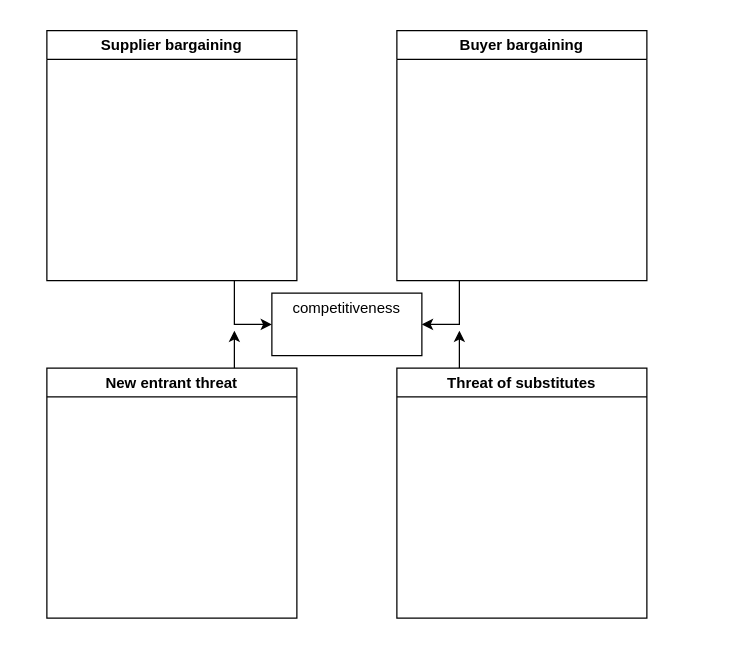
Earlier version of the draw.io diagram Untitled Diagram.drawio (akhialomgir/drawio). Source tidied: cells renumbered, new cells numbered last; positions are measured from the earlier drawing's top-left corner, leaving out a move shared by most shapes. Both pictures are drawn from the tidied source at 125%, with x=0, y=0 at pixel (46, 30).
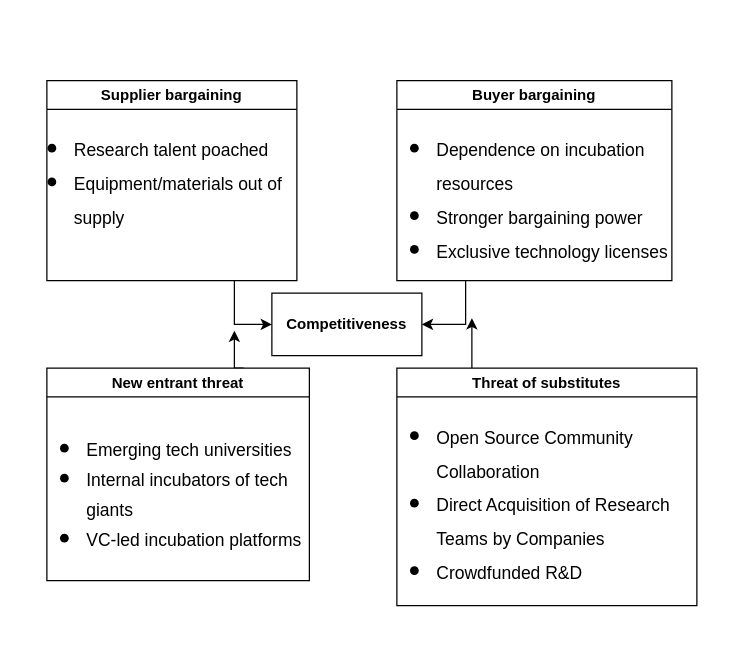
The same diagram, later.

The edit, as a diff of the source:
```diff
@@
 <mxGraphModel>
   <root>
     <mxCell id="0" />
     <mxCell id="1" parent="0" />
-    <mxCell id="2" value="&lt;p&gt;competitiveness&lt;/p&gt;&lt;p&gt;&lt;br&gt;&lt;/p&gt;" style="rounded=0;whiteSpace=wrap;html=1;" parent="1" vertex="1">
+    <mxCell id="2" value="&lt;p&gt;&lt;b&gt;Competitiveness&lt;/b&gt;&lt;/p&gt;" style="rounded=0;whiteSpace=wrap;html=1;" parent="1" vertex="1">
       <mxGeometry x="180" y="210" width="120" height="50" as="geometry" />
     </mxCell>
     <mxCell id="3" style="edgeStyle=orthogonalEdgeStyle;rounded=0;jettySize=auto;html=1;exitX=0.75;exitY=1;exitDx=0;exitDy=0;entryX=0;entryY=0.5;entryDx=0;entryDy=0;" parent="1" edge="1" source="4" target="2">
       <mxGeometry relative="1" as="geometry" />
     </mxCell>
     <mxCell id="4" value="&lt;p&gt;Supplier bargaining&lt;/p&gt;" style="swimlane;whiteSpace=wrap;html=1;" parent="1" vertex="1">
-      <mxGeometry width="200" height="200" as="geometry" />
+      <mxGeometry y="40" width="200" height="160" as="geometry" />
     </mxCell>
+    <mxCell id="11" value="&lt;div style=&quot;line-height: 60%;&quot;&gt;&lt;h1 style=&quot;margin-top: 0px; line-height: 60%;&quot;&gt;&lt;ul style=&quot;line-height: 100%;&quot;&gt;&lt;li&gt;&lt;span style=&quot;font-size: 14px; font-weight: 400;&quot;&gt;Research talent poached&amp;nbsp;&lt;/span&gt;&lt;/li&gt;&lt;li&gt;&lt;span style=&quot;font-size: 14px; font-weight: 400;&quot;&gt;Equipment/materials out of supply&lt;/span&gt;&lt;/li&gt;&lt;/ul&gt;&lt;/h1&gt;&lt;/div&gt;" style="text;html=1;whiteSpace=wrap;overflow=hidden;rounded=0;align=left;" parent="4" vertex="1">
+      <mxGeometry x="-20" y="10" width="220" height="180" as="geometry" />
+    </mxCell>
     <mxCell id="5" style="edgeStyle=orthogonalEdgeStyle;rounded=0;jettySize=auto;html=1;exitX=0.75;exitY=0;exitDx=0;exitDy=0;" parent="1" edge="1" source="6">
       <mxGeometry relative="1" as="geometry">
         <mxPoint x="150" y="240" as="targetPoint" />
       </mxGeometry>
     </mxCell>
     <mxCell id="6" value="&lt;p&gt;New entrant threat&lt;/p&gt;" style="swimlane;whiteSpace=wrap;html=1;" parent="1" vertex="1">
-      <mxGeometry y="270" width="200" height="200" as="geometry" />
+      <mxGeometry y="270" width="210" height="170" as="geometry" />
     </mxCell>
-    <mxCell id="7" style="edgeStyle=orthogonalEdgeStyle;rounded=0;jettySize=auto;html=1;exitX=0.25;exitY=0;exitDx=0;exitDy=0;" parent="1" edge="1" source="8">
-      <mxGeometry relative="1" as="geometry">
-        <mxPoint x="330" y="240" as="targetPoint" />
-      </mxGeometry>
-    </mxCell>
+    <mxCell id="12" value="&lt;div style=&quot;line-height: 60%;&quot;&gt;&lt;h1 style=&quot;margin-top: 0px; line-height: 60%;&quot;&gt;&lt;ul style=&quot;line-height: 100%;&quot;&gt;&lt;li&gt;&lt;font style=&quot;font-weight: normal; font-size: 14px; line-height: 100%;&quot;&gt;Emerging tech universities&lt;/font&gt;&lt;/li&gt;&lt;li&gt;&lt;font style=&quot;font-weight: normal; font-size: 14px; line-height: 100%;&quot;&gt;Internal incubators of tech giants&lt;/font&gt;&lt;/li&gt;&lt;li&gt;&lt;font style=&quot;font-weight: normal; font-size: 14px; line-height: 100%;&quot;&gt;VC-led incubation platforms&amp;nbsp;&lt;/font&gt;&lt;/li&gt;&lt;/ul&gt;&lt;/h1&gt;&lt;/div&gt;" style="text;html=1;whiteSpace=wrap;overflow=hidden;rounded=0;align=left;" parent="6" vertex="1">
+      <mxGeometry x="-10" y="20" width="220" height="180" as="geometry" />
+    </mxCell>
+    <mxCell id="13" style="edgeStyle=orthogonalEdgeStyle;rounded=0;jettySize=auto;html=1;exitX=0.25;exitY=0;exitDx=0;exitDy=0;" parent="1" edge="1" source="8">
+      <mxGeometry relative="1" as="geometry">
+        <mxPoint x="340" y="230" as="targetPoint" />
+      </mxGeometry>
+    </mxCell>
     <mxCell id="8" value="&lt;p&gt;Threat of substitutes&lt;/p&gt;" style="swimlane;whiteSpace=wrap;html=1;" parent="1" vertex="1">
-      <mxGeometry x="280" y="270" width="200" height="200" as="geometry" />
+      <mxGeometry x="280" y="270" width="240" height="190" as="geometry" />
     </mxCell>
+    <mxCell id="14" value="&lt;div style=&quot;line-height: 60%;&quot;&gt;&lt;h1 style=&quot;margin-top: 0px; line-height: 60%;&quot;&gt;&lt;ul style=&quot;line-height: 100%;&quot;&gt;&lt;li&gt;&lt;span style=&quot;font-size: 14px; font-weight: 400;&quot;&gt;Open Source Community Collaboration&amp;nbsp;&lt;/span&gt;&lt;/li&gt;&lt;li&gt;&lt;span style=&quot;font-size: 14px; font-weight: 400;&quot;&gt;Direct Acquisition of Research Teams by Companies&amp;nbsp;&lt;/span&gt;&lt;/li&gt;&lt;li&gt;&lt;span style=&quot;font-size: 14px; font-weight: 400;&quot;&gt;Crowdfunded R&amp;amp;D&lt;/span&gt;&lt;/li&gt;&lt;/ul&gt;&lt;/h1&gt;&lt;/div&gt;" style="text;html=1;whiteSpace=wrap;overflow=hidden;rounded=0;align=left;" parent="8" vertex="1">
+      <mxGeometry x="-10" y="10" width="260" height="200" as="geometry" />
+    </mxCell>
     <mxCell id="9" style="edgeStyle=orthogonalEdgeStyle;rounded=0;jettySize=auto;html=1;exitX=0.25;exitY=1;exitDx=0;exitDy=0;entryX=1;entryY=0.5;entryDx=0;entryDy=0;" parent="1" edge="1" source="10" target="2">
       <mxGeometry relative="1" as="geometry" />
     </mxCell>
     <mxCell id="10" value="&lt;p&gt;Buyer bargaining&lt;/p&gt;" style="swimlane;whiteSpace=wrap;html=1;" parent="1" vertex="1">
-      <mxGeometry x="280" width="200" height="200" as="geometry" />
+      <mxGeometry x="280" y="40" width="220" height="160" as="geometry" />
     </mxCell>
+    <mxCell id="15" value="&lt;div style=&quot;line-height: 60%;&quot;&gt;&lt;h1 style=&quot;margin-top: 0px; line-height: 60%;&quot;&gt;&lt;ul style=&quot;line-height: 100%;&quot;&gt;&lt;li&gt;&lt;span style=&quot;font-size: 14px; font-weight: 400;&quot;&gt;Dependence on incubation resources&amp;nbsp;&lt;/span&gt;&lt;/li&gt;&lt;li&gt;&lt;span style=&quot;font-size: 14px; font-weight: 400;&quot;&gt;Stronger bargaining power&amp;nbsp;&lt;/span&gt;&lt;/li&gt;&lt;li&gt;&lt;span style=&quot;font-size: 14px; font-weight: 400;&quot;&gt;Exclusive technology licenses&lt;/span&gt;&lt;/li&gt;&lt;/ul&gt;&lt;/h1&gt;&lt;/div&gt;" style="text;html=1;whiteSpace=wrap;overflow=hidden;rounded=0;align=left;" parent="10" vertex="1">
+      <mxGeometry x="-10" y="10" width="230" height="150" as="geometry" />
+    </mxCell>
   </root>
 </mxGraphModel>
```
